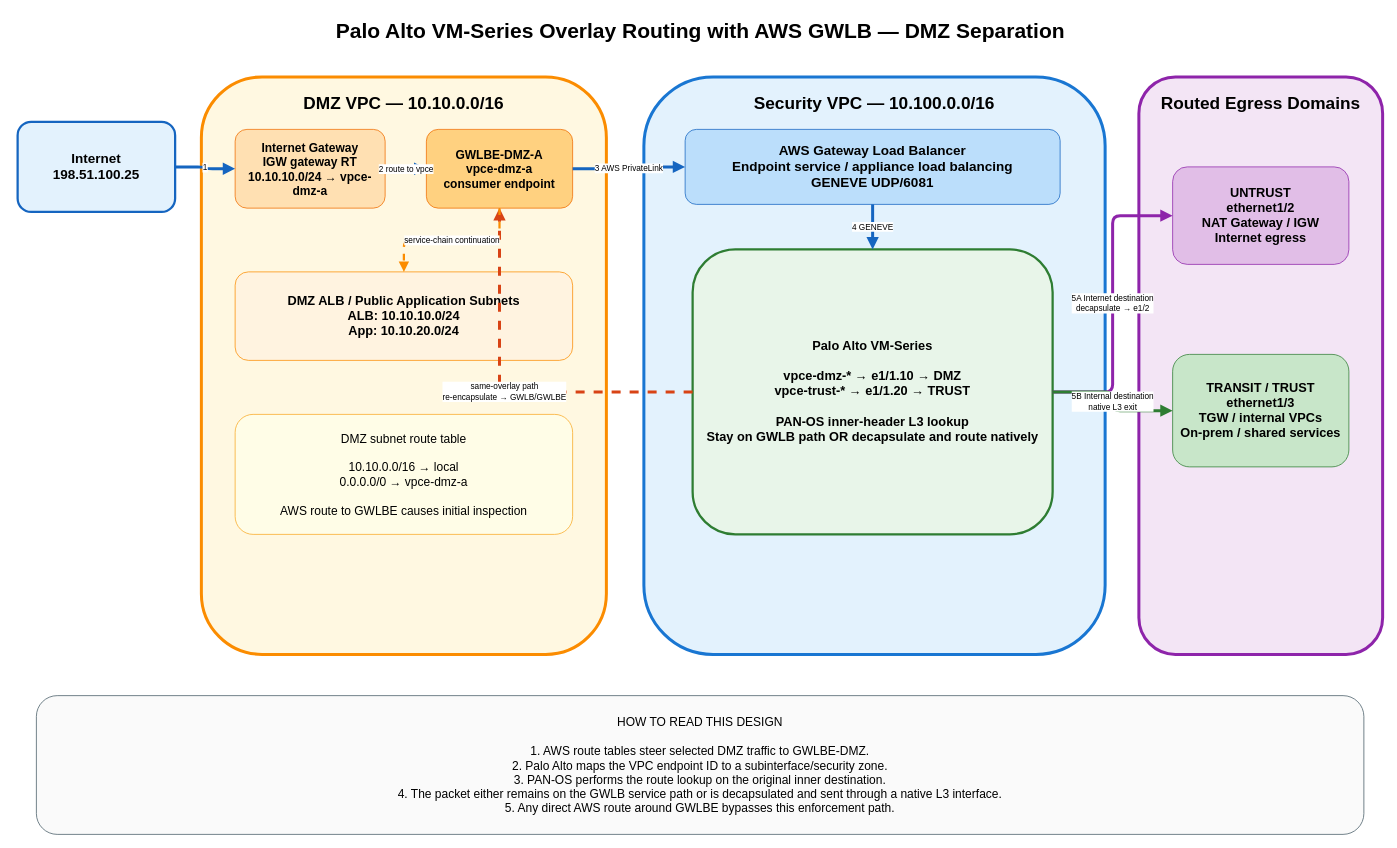
Before: images/09-10-26-17-20_aws_overlay_routing_control_data_plane.drawio in ccaiccie/knowledge, a draw.io diagram. Source tidied: cells renumbered, new cells numbered last; positions are measured from the earlier drawing's top-left corner, leaving out a move shared by most shapes. Both pictures are drawn from the tidied source at 75%, with x=0, y=0 at pixel (17, 13).
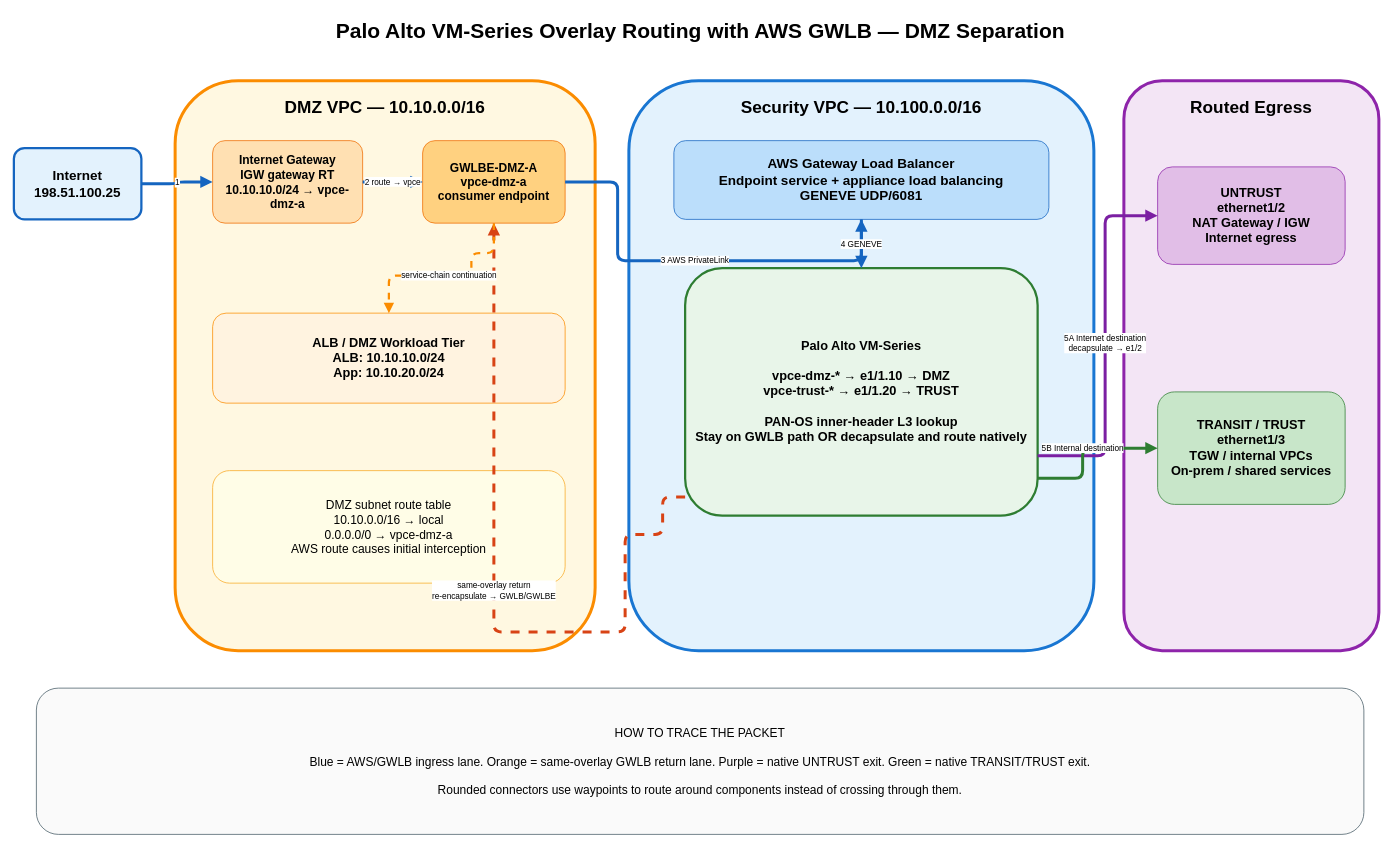
After the change.

Commit message:
Use rounded waypoint arrows in editable Palo Alto GWLB DMZ diagram

What changed in the source:
```diff
@@
     <mxCell id="3" value="Internet&#10;198.51.100.25" style="rounded=1;whiteSpace=wrap;html=1;fillColor=#e3f2fd;strokeColor=#1565c0;strokeWidth=3;fontSize=18;fontStyle=1;" parent="1" vertex="1">
-      <mxGeometry y="145" width="210" height="120" as="geometry" />
+      <mxGeometry x="-5" y="180" width="170" height="95" as="geometry" />
     </mxCell>
     <mxCell id="4" value="DMZ VPC — 10.10.0.0/16" style="rounded=1;whiteSpace=wrap;html=1;fillColor=#fff8e1;strokeColor=#fb8c00;strokeWidth=4;fontSize=23;fontStyle=1;verticalAlign=top;spacingTop=15;" parent="1" vertex="1">
-      <mxGeometry x="245" y="85" width="540" height="770" as="geometry" />
+      <mxGeometry x="210" y="90" width="560" height="760" as="geometry" />
     </mxCell>
     <mxCell id="5" value="Internet Gateway&#10;IGW gateway RT&#10;10.10.10.0/24 → vpce-dmz-a" style="rounded=1;whiteSpace=wrap;html=1;fillColor=#ffe0b2;strokeColor=#ef6c00;fontSize=16;fontStyle=1;" parent="1" vertex="1">
-      <mxGeometry x="290" y="155" width="200" height="105" as="geometry" />
+      <mxGeometry x="260" y="170" width="200" height="110" as="geometry" />
     </mxCell>
     <mxCell id="6" value="GWLBE-DMZ-A&#10;vpce-dmz-a&#10;consumer endpoint" style="rounded=1;whiteSpace=wrap;html=1;fillColor=#ffd180;strokeColor=#ef6c00;fontSize=16;fontStyle=1;" parent="1" vertex="1">
-      <mxGeometry x="545" y="155" width="195" height="105" as="geometry" />
+      <mxGeometry x="540" y="170" width="190" height="110" as="geometry" />
     </mxCell>
-    <mxCell id="7" value="DMZ ALB / Public Application Subnets&#10;ALB: 10.10.10.0/24&#10;App: 10.10.20.0/24" style="rounded=1;whiteSpace=wrap;html=1;fillColor=#fff3e0;strokeColor=#fb8c00;fontSize=17;fontStyle=1;" parent="1" vertex="1">
-      <mxGeometry x="290" y="345" width="450" height="118" as="geometry" />
+    <mxCell id="7" value="ALB / DMZ Workload Tier&#10;ALB: 10.10.10.0/24&#10;App: 10.10.20.0/24" style="rounded=1;whiteSpace=wrap;html=1;fillColor=#fff3e0;strokeColor=#fb8c00;fontSize=17;fontStyle=1;" parent="1" vertex="1">
+      <mxGeometry x="260" y="400" width="470" height="120" as="geometry" />
     </mxCell>
-    <mxCell id="8" value="DMZ subnet route table&#10;&#10;10.10.0.0/16 → local&#10;0.0.0.0/0 → vpce-dmz-a&#10;&#10;AWS route to GWLBE causes initial inspection" style="rounded=1;whiteSpace=wrap;html=1;fillColor=#fffde7;strokeColor=#f9a825;fontSize=16;" parent="1" vertex="1">
-      <mxGeometry x="290" y="535" width="450" height="160" as="geometry" />
-    </mxCell>
+    <mxCell id="24" value="DMZ subnet route table&#10;10.10.0.0/16 → local&#10;0.0.0.0/0 → vpce-dmz-a&#10;AWS route causes initial interception" style="rounded=1;whiteSpace=wrap;html=1;fillColor=#fffde7;strokeColor=#f9a825;fontSize=16;" parent="1" vertex="1">
+      <mxGeometry x="260" y="610" width="470" height="150" as="geometry" />
+    </mxCell>
     <mxCell id="9" value="Security VPC — 10.100.0.0/16" style="rounded=1;whiteSpace=wrap;html=1;fillColor=#e3f2fd;strokeColor=#1976d2;strokeWidth=4;fontSize=23;fontStyle=1;verticalAlign=top;spacingTop=15;" parent="1" vertex="1">
-      <mxGeometry x="835" y="85" width="615" height="770" as="geometry" />
+      <mxGeometry x="815" y="90" width="620" height="760" as="geometry" />
     </mxCell>
-    <mxCell id="10" value="AWS Gateway Load Balancer&#10;Endpoint service / appliance load balancing&#10;GENEVE UDP/6081" style="rounded=1;whiteSpace=wrap;html=1;fillColor=#bbdefb;strokeColor=#1565c0;fontSize=18;fontStyle=1;" parent="1" vertex="1">
-      <mxGeometry x="890" y="155" width="500" height="100" as="geometry" />
+    <mxCell id="10" value="AWS Gateway Load Balancer&#10;Endpoint service + appliance load balancing&#10;GENEVE UDP/6081" style="rounded=1;whiteSpace=wrap;html=1;fillColor=#bbdefb;strokeColor=#1565c0;fontSize=18;fontStyle=1;" parent="1" vertex="1">
+      <mxGeometry x="875" y="170" width="500" height="105" as="geometry" />
     </mxCell>
     <mxCell id="11" value="Palo Alto VM-Series&#10;&#10;vpce-dmz-* → e1/1.10 → DMZ&#10;vpce-trust-* → e1/1.20 → TRUST&#10;&#10;PAN-OS inner-header L3 lookup&#10;Stay on GWLB path OR decapsulate and route natively" style="rounded=1;whiteSpace=wrap;html=1;fillColor=#e8f5e9;strokeColor=#2e7d32;strokeWidth=3;fontSize=17;fontStyle=1;" parent="1" vertex="1">
-      <mxGeometry x="900" y="315" width="480" height="380" as="geometry" />
+      <mxGeometry x="890" y="340" width="470" height="330" as="geometry" />
     </mxCell>
-    <mxCell id="12" value="Routed Egress Domains" style="rounded=1;whiteSpace=wrap;html=1;fillColor=#f3e5f5;strokeColor=#8e24aa;strokeWidth=4;fontSize=23;fontStyle=1;verticalAlign=top;spacingTop=15;" parent="1" vertex="1">
-      <mxGeometry x="1495" y="85" width="325" height="770" as="geometry" />
+    <mxCell id="12" value="Routed Egress" style="rounded=1;whiteSpace=wrap;html=1;fillColor=#f3e5f5;strokeColor=#8e24aa;strokeWidth=4;fontSize=23;fontStyle=1;verticalAlign=top;spacingTop=15;" parent="1" vertex="1">
+      <mxGeometry x="1475" y="90" width="340" height="760" as="geometry" />
     </mxCell>
     <mxCell id="13" value="UNTRUST&#10;ethernet1/2&#10;NAT Gateway / IGW&#10;Internet egress" style="rounded=1;whiteSpace=wrap;html=1;fillColor=#e1bee7;strokeColor=#8e24aa;fontSize=17;fontStyle=1;" parent="1" vertex="1">
-      <mxGeometry x="1540" y="205" width="235" height="130" as="geometry" />
+      <mxGeometry x="1520" y="205" width="250" height="130" as="geometry" />
     </mxCell>
     <mxCell id="14" value="TRANSIT / TRUST&#10;ethernet1/3&#10;TGW / internal VPCs&#10;On-prem / shared services" style="rounded=1;whiteSpace=wrap;html=1;fillColor=#c8e6c9;strokeColor=#2e7d32;fontSize=17;fontStyle=1;" parent="1" vertex="1">
-      <mxGeometry x="1540" y="455" width="235" height="150" as="geometry" />
+      <mxGeometry x="1520" y="505" width="250" height="150" as="geometry" />
     </mxCell>
-    <mxCell id="15" value="1" style="edgeStyle=orthogonalEdgeStyle;html=1;strokeColor=#1565c0;strokeWidth=4;endArrow=block;" parent="1" edge="1" source="3" target="5">
+    <mxCell id="15" value="1" style="edgeStyle=orthogonalEdgeStyle;rounded=1;jettySize=auto;html=1;strokeColor=#1565c0;strokeWidth=4;endArrow=block;" parent="1" edge="1" source="3" target="5">
       <mxGeometry relative="1" as="geometry" />
     </mxCell>
-    <mxCell id="16" value="2 route to vpce" style="edgeStyle=orthogonalEdgeStyle;html=1;strokeColor=#1565c0;strokeWidth=4;endArrow=block;" parent="1" edge="1" source="5" target="6">
+    <mxCell id="16" value="2 route → vpce" style="edgeStyle=orthogonalEdgeStyle;rounded=1;jettySize=auto;html=1;strokeColor=#1565c0;strokeWidth=4;endArrow=block;" parent="1" edge="1" source="5" target="6">
       <mxGeometry relative="1" as="geometry" />
     </mxCell>
-    <mxCell id="17" value="3 AWS PrivateLink" style="edgeStyle=orthogonalEdgeStyle;html=1;strokeColor=#1565c0;strokeWidth=4;endArrow=block;" parent="1" edge="1" source="6" target="10">
-      <mxGeometry relative="1" as="geometry" />
+    <mxCell id="17" value="3 AWS PrivateLink" style="edgeStyle=orthogonalEdgeStyle;rounded=1;jettySize=auto;html=1;strokeColor=#1565c0;strokeWidth=4;endArrow=block;" parent="1" edge="1" source="6" target="10">
+      <mxGeometry relative="1" as="geometry">
+        <Array as="points">
+          <mxPoint x="800" y="225" />
+          <mxPoint x="835" y="330" />
+          <mxPoint x="1125" y="330" />
+        </Array>
+      </mxGeometry>
     </mxCell>
-    <mxCell id="18" value="4 GENEVE" style="edgeStyle=orthogonalEdgeStyle;html=1;strokeColor=#1565c0;strokeWidth=4;endArrow=block;" parent="1" edge="1" source="10" target="11">
+    <mxCell id="18" value="4 GENEVE" style="edgeStyle=orthogonalEdgeStyle;rounded=1;jettySize=auto;html=1;strokeColor=#1565c0;strokeWidth=4;endArrow=block;" parent="1" edge="1" source="10" target="11">
       <mxGeometry relative="1" as="geometry" />
     </mxCell>
-    <mxCell id="19" value="5A Internet destination&#10;decapsulate → e1/2" style="edgeStyle=orthogonalEdgeStyle;html=1;strokeColor=#8e24aa;strokeWidth=4;endArrow=block;" parent="1" edge="1" source="11" target="13">
-      <mxGeometry relative="1" as="geometry" />
+    <mxCell id="19" value="5A Internet destination&#10;decapsulate → e1/2" style="edgeStyle=orthogonalEdgeStyle;rounded=1;jettySize=auto;html=1;strokeColor=#7b1fa2;strokeWidth=4;endArrow=block;" parent="1" edge="1" source="11" target="13">
+      <mxGeometry relative="1" as="geometry">
+        <Array as="points">
+          <mxPoint x="1410" y="590" />
+          <mxPoint x="1450" y="590" />
+          <mxPoint x="1450" y="270" />
+        </Array>
+      </mxGeometry>
     </mxCell>
-    <mxCell id="20" value="5B Internal destination&#10;native L3 exit" style="edgeStyle=orthogonalEdgeStyle;html=1;strokeColor=#2e7d32;strokeWidth=4;endArrow=block;" parent="1" edge="1" source="11" target="14">
-      <mxGeometry relative="1" as="geometry" />
+    <mxCell id="20" value="5B Internal destination" style="edgeStyle=orthogonalEdgeStyle;rounded=1;jettySize=auto;html=1;strokeColor=#2e7d32;strokeWidth=4;endArrow=block;" parent="1" edge="1" source="11" target="14">
+      <mxGeometry relative="1" as="geometry">
+        <Array as="points">
+          <mxPoint x="1420" y="620" />
+          <mxPoint x="1460" y="580" />
+        </Array>
+      </mxGeometry>
     </mxCell>
-    <mxCell id="21" value="same-overlay path&#10;re-encapsulate → GWLB/GWLBE" style="edgeStyle=orthogonalEdgeStyle;html=1;strokeColor=#d84315;strokeWidth=4;endArrow=block;dashed=1;" parent="1" edge="1" source="11" target="6">
-      <mxGeometry relative="1" as="geometry" />
+    <mxCell id="21" value="same-overlay return&#10;re-encapsulate → GWLB/GWLBE" style="edgeStyle=orthogonalEdgeStyle;rounded=1;jettySize=auto;html=1;strokeColor=#d84315;strokeWidth=4;endArrow=block;dashed=1;" parent="1" edge="1" source="11" target="6">
+      <mxGeometry relative="1" as="geometry">
+        <Array as="points">
+          <mxPoint x="860" y="645" />
+          <mxPoint x="810" y="695" />
+          <mxPoint x="810" y="825" />
+          <mxPoint x="635" y="825" />
+        </Array>
+      </mxGeometry>
     </mxCell>
-    <mxCell id="22" value="service-chain continuation" style="edgeStyle=orthogonalEdgeStyle;html=1;strokeColor=#fb8c00;strokeWidth=3;endArrow=block;dashed=1;" parent="1" edge="1" source="6" target="7">
-      <mxGeometry relative="1" as="geometry" />
+    <mxCell id="22" value="service-chain continuation" style="edgeStyle=orthogonalEdgeStyle;rounded=1;jettySize=auto;html=1;strokeColor=#fb8c00;strokeWidth=3;endArrow=block;dashed=1;" parent="1" edge="1" source="6" target="7">
+      <mxGeometry relative="1" as="geometry">
+        <Array as="points">
+          <mxPoint x="635" y="320" />
+          <mxPoint x="605" y="350" />
+          <mxPoint x="495" y="350" />
+        </Array>
+      </mxGeometry>
     </mxCell>
-    <mxCell id="23" value="HOW TO READ THIS DESIGN&#10;&#10;1. AWS route tables steer selected DMZ traffic to GWLBE-DMZ.&#10;2. Palo Alto maps the VPC endpoint ID to a subinterface/security zone.&#10;3. PAN-OS performs the route lookup on the original inner destination.&#10;4. The packet either remains on the GWLB service path or is decapsulated and sent through a native L3 interface.&#10;5. Any direct AWS route around GWLBE bypasses this enforcement path." style="rounded=1;whiteSpace=wrap;html=1;fillColor=#fafafa;strokeColor=#455a64;fontSize=16;fontStyle=0;" parent="1" vertex="1">
-      <mxGeometry x="25" y="910" width="1770" height="185" as="geometry" />
+    <mxCell id="23" value="HOW TO TRACE THE PACKET&#10;&#10;Blue = AWS/GWLB ingress lane. Orange = same-overlay GWLB return lane. Purple = native UNTRUST exit. Green = native TRANSIT/TRUST exit.&#10;&#10;Rounded connectors use waypoints to route around components instead of crossing through them." style="rounded=1;whiteSpace=wrap;html=1;fillColor=#fafafa;strokeColor=#455a64;fontSize=16;" parent="1" vertex="1">
+      <mxGeometry x="25" y="900" width="1770" height="195" as="geometry" />
     </mxCell>
```
